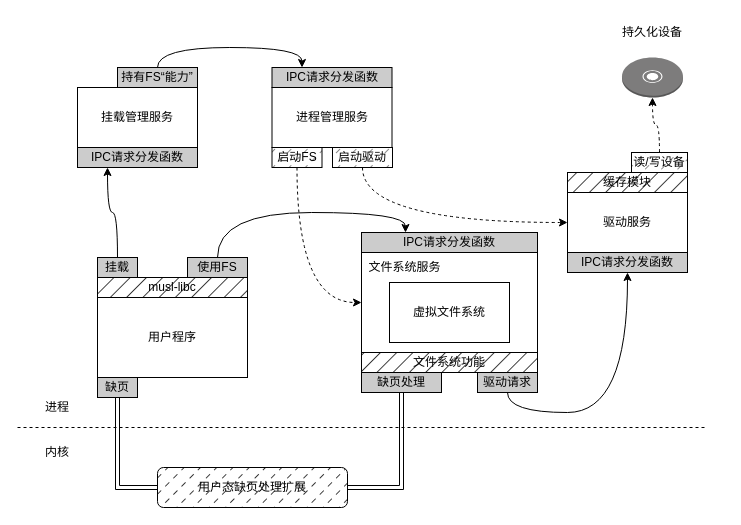
This is vfs/chfs_architecture.drawio from ReimuYk/drawio_master_graduate_paper, a draw.io file, before an edit. Source tidied: cells renumbered, new cells numbered last; positions are measured from the earlier drawing's top-left corner, leaving out a move shared by most shapes. Both pictures are drawn from the tidied source at 100%, with x=0, y=0 at pixel (17, 17).
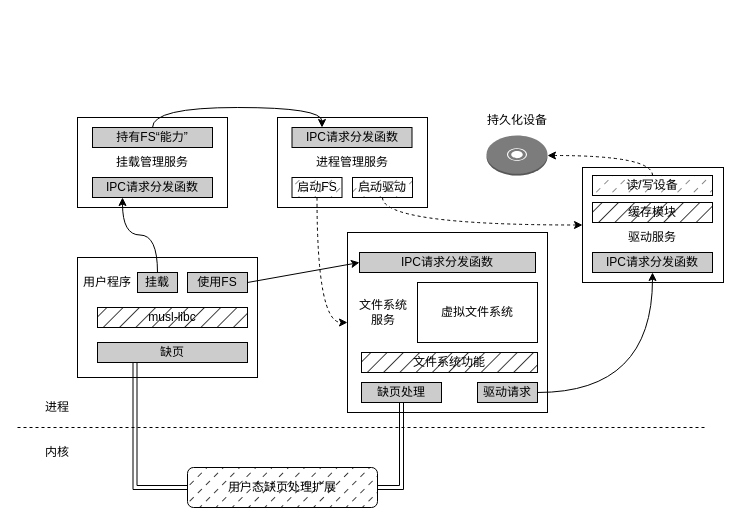
The same page after the edit.

Diff of the diagram source:
```diff
@@
     <mxCell id="2" value="挂载管理服务" style="rounded=0;whiteSpace=wrap;html=1;" parent="1" vertex="1">
-      <mxGeometry x="60" y="70" width="120" height="60" as="geometry" />
+      <mxGeometry x="60" y="100" width="150" height="90" as="geometry" />
     </mxCell>
-    <mxCell id="3" value="用户程序" style="rounded=0;whiteSpace=wrap;html=1;" parent="1" vertex="1">
-      <mxGeometry x="80" y="280" width="150" height="80" as="geometry" />
+    <mxCell id="3" style="rounded=0;whiteSpace=wrap;html=1;" parent="1" vertex="1">
+      <mxGeometry x="60" y="240" width="180" height="120" as="geometry" />
     </mxCell>
     <mxCell id="4" style="rounded=0;whiteSpace=wrap;html=1;" parent="1" vertex="1">
-      <mxGeometry x="344" y="235" width="176" height="100" as="geometry" />
+      <mxGeometry x="330" y="215" width="200" height="180" as="geometry" />
     </mxCell>
-    <mxCell id="5" value="驱动服务" style="rounded=0;whiteSpace=wrap;html=1;" parent="1" vertex="1">
-      <mxGeometry x="550" y="175" width="120" height="60" as="geometry" />
+    <mxCell id="5" style="rounded=0;whiteSpace=wrap;html=1;" parent="1" vertex="1">
+      <mxGeometry x="565" y="150" width="141" height="115" as="geometry" />
     </mxCell>
     <mxCell id="6" value="进程管理服务" style="rounded=0;whiteSpace=wrap;html=1;" parent="1" vertex="1">
-      <mxGeometry x="254.5" y="70" width="120" height="60" as="geometry" />
+      <mxGeometry x="260" y="100" width="150" height="90" as="geometry" />
     </mxCell>
     <mxCell id="7" style="outlineConnect=0;dashed=0;verticalLabelPosition=bottom;verticalAlign=top;align=center;html=1;shape=mxgraph.aws3.disk;fillColor=#7D7C7C;gradientColor=none;" parent="1" vertex="1">
-      <mxGeometry x="604.5" y="40" width="61" height="40" as="geometry" />
+      <mxGeometry x="469" y="118" width="61" height="40" as="geometry" />
     </mxCell>
     <mxCell id="8" value="持久化设备" style="text;html=1;strokeColor=none;fillColor=none;align=center;verticalAlign=middle;whiteSpace=wrap;rounded=0;" parent="1" vertex="1">
-      <mxGeometry x="590" width="90" height="30" as="geometry" />
+      <mxGeometry x="454.5" y="88" width="90" height="30" as="geometry" />
     </mxCell>
     <mxCell id="9" value="musl-libc" style="rounded=0;whiteSpace=wrap;html=1;fillColor=#000000;fillStyle=hatch;" parent="1" vertex="1">
-      <mxGeometry x="80" y="260" width="150" height="20" as="geometry" />
+      <mxGeometry x="80" y="290" width="150" height="20" as="geometry" />
     </mxCell>
     <mxCell id="10" value="IPC请求分发函数" style="rounded=0;whiteSpace=wrap;html=1;fillColor=#CCCCCC;" parent="1" vertex="1">
-      <mxGeometry x="344" y="215" width="176" height="20" as="geometry" />
+      <mxGeometry x="342" y="235" width="176" height="20" as="geometry" />
     </mxCell>
     <mxCell id="11" value="IPC请求分发函数" style="rounded=0;whiteSpace=wrap;html=1;fillColor=#CCCCCC;" parent="1" vertex="1">
-      <mxGeometry x="550" y="235" width="120" height="20" as="geometry" />
+      <mxGeometry x="575" y="235" width="120" height="20" as="geometry" />
     </mxCell>
     <mxCell id="12" value="IPC请求分发函数" style="rounded=0;whiteSpace=wrap;html=1;fillColor=#CCCCCC;" parent="1" vertex="1">
-      <mxGeometry x="60" y="130" width="120" height="20" as="geometry" />
+      <mxGeometry x="75" y="160" width="120" height="20" as="geometry" />
     </mxCell>
     <mxCell id="13" value="IPC请求分发函数" style="rounded=0;whiteSpace=wrap;html=1;fillColor=#CCCCCC;" parent="1" vertex="1">
-      <mxGeometry x="254.5" y="50" width="120" height="20" as="geometry" />
+      <mxGeometry x="274.5" y="110" width="120" height="20" as="geometry" />
     </mxCell>
@@
     <mxCell id="15" value="持有FS“能力”" style="rounded=0;whiteSpace=wrap;html=1;fillColor=#CCCCCC;" parent="1" vertex="1">
-      <mxGeometry x="100" y="50" width="80" height="20" as="geometry" />
+      <mxGeometry x="75" y="110" width="120" height="20" as="geometry" />
     </mxCell>
@@
     <mxCell id="17" value="启动FS" style="rounded=0;whiteSpace=wrap;html=1;fillStyle=dashed;fillColor=#666666;" parent="1" vertex="1">
-      <mxGeometry x="254.5" y="130" width="50" height="20" as="geometry" />
+      <mxGeometry x="274.5" y="160" width="50" height="20" as="geometry" />
     </mxCell>
@@
     <mxCell id="19" value="读/写设备" style="rounded=0;whiteSpace=wrap;html=1;fillStyle=dashed;fillColor=#666666;" parent="1" vertex="1">
-      <mxGeometry x="614" y="135" width="56" height="20" as="geometry" />
+      <mxGeometry x="575" y="158" width="120" height="20" as="geometry" />
     </mxCell>
@@
     <mxCell id="21" value="挂载" style="rounded=0;whiteSpace=wrap;html=1;fillColor=#CCCCCC;" parent="1" vertex="1">
-      <mxGeometry x="80" y="240" width="40" height="20" as="geometry" />
+      <mxGeometry x="120" y="255" width="40" height="20" as="geometry" />
     </mxCell>
-    <mxCell id="22" style="edgeStyle=orthogonalEdgeStyle;curved=1;rounded=0;jettySize=auto;html=1;exitX=0.5;exitY=0;exitDx=0;exitDy=0;entryX=0.25;entryY=0;entryDx=0;entryDy=0;" parent="1" edge="1" source="23" target="10">
+    <mxCell id="22" style="rounded=0;jettySize=auto;html=1;exitX=1;exitY=0.5;exitDx=0;exitDy=0;entryX=0;entryY=0.5;entryDx=0;entryDy=0;" parent="1" edge="1" source="23" target="10">
       <mxGeometry relative="1" as="geometry" />
     </mxCell>
     <mxCell id="23" value="使用FS" style="rounded=0;whiteSpace=wrap;html=1;fillColor=#CCCCCC;" parent="1" vertex="1">
-      <mxGeometry x="170" y="240" width="60" height="20" as="geometry" />
+      <mxGeometry x="170" y="255" width="60" height="20" as="geometry" />
     </mxCell>
@@
     <mxCell id="25" value="启动驱动" style="rounded=0;whiteSpace=wrap;html=1;fillStyle=dashed;fillColor=#666666;" parent="1" vertex="1">
-      <mxGeometry x="315" y="130" width="60" height="20" as="geometry" />
+      <mxGeometry x="335" y="160" width="60" height="20" as="geometry" />
     </mxCell>
-    <mxCell id="26" style="edgeStyle=orthogonalEdgeStyle;curved=1;rounded=0;jettySize=auto;html=1;exitX=0.5;exitY=1;exitDx=0;exitDy=0;entryX=0.5;entryY=1;entryDx=0;entryDy=0;" parent="1" edge="1" source="27" target="11">
+    <mxCell id="26" style="edgeStyle=orthogonalEdgeStyle;curved=1;rounded=0;jettySize=auto;html=1;exitX=1;exitY=0.5;exitDx=0;exitDy=0;entryX=0.5;entryY=1;entryDx=0;entryDy=0;" parent="1" edge="1" source="27" target="11">
       <mxGeometry relative="1" as="geometry" />
     </mxCell>
     <mxCell id="27" value="驱动请求" style="rounded=0;whiteSpace=wrap;html=1;fillColor=#CCCCCC;" parent="1" vertex="1">
-      <mxGeometry x="460" y="355" width="60" height="20" as="geometry" />
+      <mxGeometry x="460" y="365" width="60" height="20" as="geometry" />
     </mxCell>
@@
     <mxCell id="29" value="虚拟文件系统" style="rounded=0;whiteSpace=wrap;html=1;" parent="1" vertex="1">
-      <mxGeometry x="372" y="265" width="120" height="60" as="geometry" />
+      <mxGeometry x="400" y="265" width="120" height="60" as="geometry" />
     </mxCell>
     <mxCell id="30" value="文件系统服务" style="text;html=1;strokeColor=none;fillColor=none;align=center;verticalAlign=middle;whiteSpace=wrap;rounded=0;" parent="1" vertex="1">
-      <mxGeometry x="345" y="235" width="85" height="30" as="geometry" />
+      <mxGeometry x="336" y="280" width="60" height="30" as="geometry" />
     </mxCell>
     <mxCell id="31" value="缓存模块" style="rounded=0;whiteSpace=wrap;html=1;fillColor=#000000;fillStyle=hatch;" parent="1" vertex="1">
-      <mxGeometry x="550" y="155" width="120" height="20" as="geometry" />
+      <mxGeometry x="575" y="185" width="120" height="20" as="geometry" />
     </mxCell>
@@
     <mxCell id="36" value="用户态缺页处理扩展" style="rounded=1;whiteSpace=wrap;html=1;fillStyle=dashed;fillColor=#000000;" parent="1" vertex="1">
-      <mxGeometry x="140" y="450" width="190" height="40" as="geometry" />
+      <mxGeometry x="170" y="450" width="190" height="40" as="geometry" />
     </mxCell>
-    <mxCell id="37" style="edgeStyle=orthogonalEdgeStyle;rounded=0;jettySize=auto;html=1;exitX=0.5;exitY=1;exitDx=0;exitDy=0;entryX=0;entryY=0.5;entryDx=0;entryDy=0;curved=1;shape=link;" parent="1" edge="1" source="38" target="36">
-      <mxGeometry relative="1" as="geometry" />
+    <mxCell id="37" style="edgeStyle=orthogonalEdgeStyle;rounded=0;jettySize=auto;html=1;exitX=0.25;exitY=1;exitDx=0;exitDy=0;entryX=0;entryY=0.5;entryDx=0;entryDy=0;curved=1;shape=link;" parent="1" edge="1" source="38" target="36">
+      <mxGeometry relative="1" as="geometry">
+        <Array as="points">
+          <mxPoint x="118" y="470" />
+        </Array>
+      </mxGeometry>
     </mxCell>
     <mxCell id="38" value="缺页" style="rounded=0;whiteSpace=wrap;html=1;fillColor=#CCCCCC;" parent="1" vertex="1">
-      <mxGeometry x="80" y="360" width="40" height="20" as="geometry" />
+      <mxGeometry x="80" y="325" width="150" height="20" as="geometry" />
     </mxCell>
     <mxCell id="39" value="缺页处理" style="rounded=0;whiteSpace=wrap;html=1;fillColor=#CCCCCC;" parent="1" vertex="1">
-      <mxGeometry x="344" y="355" width="80" height="20" as="geometry" />
+      <mxGeometry x="344" y="365" width="80" height="20" as="geometry" />
     </mxCell>
+    <mxCell id="40" value="用户程序" style="text;html=1;strokeColor=none;fillColor=none;align=center;verticalAlign=middle;whiteSpace=wrap;rounded=0;" parent="1" vertex="1">
+      <mxGeometry x="60" y="250" width="60" height="30" as="geometry" />
+    </mxCell>
+    <mxCell id="41" style="edgeStyle=none;rounded=0;orthogonalLoop=1;jettySize=auto;html=1;exitX=0.75;exitY=1;exitDx=0;exitDy=0;" parent="1" edge="1" source="31" target="31">
+      <mxGeometry relative="1" as="geometry" />
+    </mxCell>
+    <mxCell id="42" value="驱动服务" style="text;html=1;strokeColor=none;fillColor=none;align=center;verticalAlign=middle;whiteSpace=wrap;rounded=0;" parent="1" vertex="1">
+      <mxGeometry x="605" y="205" width="60" height="30" as="geometry" />
+    </mxCell>
```
